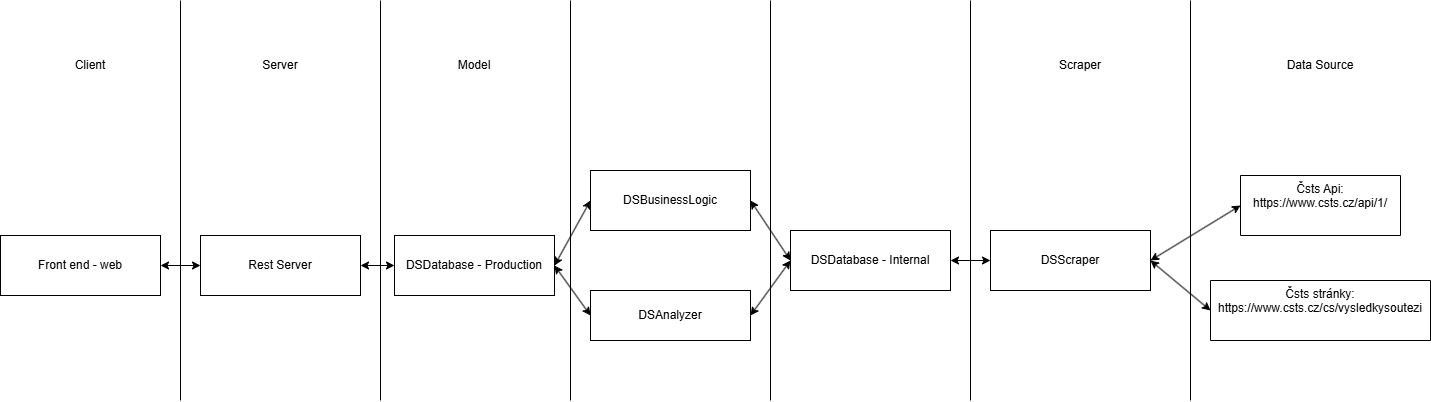
This is Zadání/Architecture/Architecture Diagram Layers.drawio.png from vhellmich/DSAnalyzer, a draw.io export, as it was before one commit. Source tidied: cells renumbered, new cells last; positions are measured from the earlier drawing's top-left corner, leaving out a move shared by most shapes.
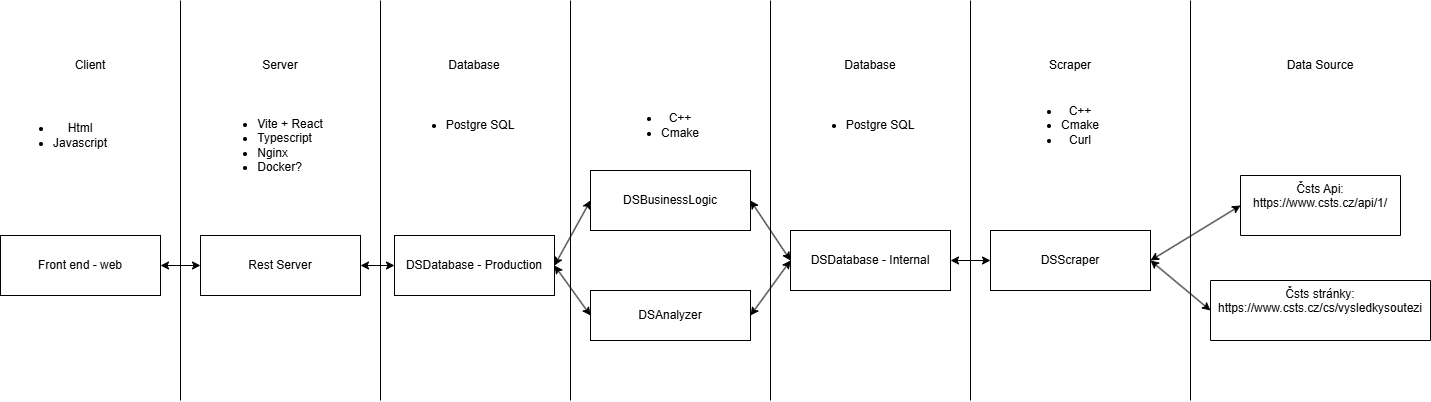
The same diagram one commit later.

Commit message:
Used technologies and fact tables diagram

Diff of the diagram source:
```diff
@@ -53,9 +53,6 @@
     <mxCell id="15" value="Server" style="text;html=1;align=center;verticalAlign=middle;whiteSpace=wrap;rounded=0;" parent="1" vertex="1">
       <mxGeometry x="250" y="50" width="60" height="30" as="geometry" />
     </mxCell>
-    <mxCell id="16" value="Model" style="text;html=1;align=center;verticalAlign=middle;whiteSpace=wrap;rounded=0;" parent="1" vertex="1">
-      <mxGeometry x="444" y="50" width="60" height="30" as="geometry" />
-    </mxCell>
     <mxCell id="17" style="endArrow=none;html=1;rounded=0;" parent="1" edge="1">
       <mxGeometry relative="1" as="geometry">
         <mxPoint x="970" y="400" as="sourcePoint" />
@@ -69,7 +66,7 @@
       </mxGeometry>
     </mxCell>
     <mxCell id="19" value="Scraper" style="text;html=1;align=center;verticalAlign=middle;whiteSpace=wrap;rounded=0;" parent="1" vertex="1">
-      <mxGeometry x="1050" y="50" width="60" height="30" as="geometry" />
+      <mxGeometry x="1040" y="50" width="60" height="30" as="geometry" />
     </mxCell>
     <mxCell id="20" value="Data Source" style="text;html=1;align=center;verticalAlign=middle;whiteSpace=wrap;rounded=0;" parent="1" vertex="1">
       <mxGeometry x="1280" y="50" width="80" height="30" as="geometry" />
@@ -110,5 +107,29 @@
     <mxCell id="31" style="endArrow=classic;startArrow=classic;html=1;rounded=0;exitX=1;exitY=0.5;exitDx=0;exitDy=0;entryX=0;entryY=0.5;entryDx=0;entryDy=0;" parent="1" edge="1" source="11" target="28">
       <mxGeometry relative="1" as="geometry" />
     </mxCell>
+    <mxCell id="32" value="&lt;ul&gt;&lt;li&gt;&lt;span style=&quot;text-align: left; background-color: transparent; color: light-dark(rgb(0, 0, 0), rgb(255, 255, 255));&quot;&gt;Html&lt;/span&gt;&lt;/li&gt;&lt;li style=&quot;text-align: left;&quot;&gt;Javascript&lt;/li&gt;&lt;/ul&gt;" style="text;html=1;align=center;verticalAlign=middle;whiteSpace=wrap;rounded=0;" parent="1" vertex="1">
+      <mxGeometry y="120" width="120" height="30" as="geometry" />
+    </mxCell>
+    <mxCell id="33" value="&lt;ul&gt;&lt;li&gt;Vite + React&lt;/li&gt;&lt;li style=&quot;text-align: left;&quot;&gt;Typescript&lt;/li&gt;&lt;li style=&quot;text-align: left;&quot;&gt;Nginx&lt;/li&gt;&lt;li style=&quot;text-align: left;&quot;&gt;Docker?&lt;/li&gt;&lt;/ul&gt;" style="text;html=1;align=center;verticalAlign=middle;whiteSpace=wrap;rounded=0;" parent="1" vertex="1">
+      <mxGeometry x="210" y="130" width="120" height="30" as="geometry" />
+    </mxCell>
+    <mxCell id="34" value="&lt;ul&gt;&lt;li&gt;Postgre SQL&lt;/li&gt;&lt;/ul&gt;" style="text;html=1;align=center;verticalAlign=middle;whiteSpace=wrap;rounded=0;" parent="1" vertex="1">
+      <mxGeometry x="400" y="110" width="120" height="30" as="geometry" />
+    </mxCell>
+    <mxCell id="35" value="&lt;ul&gt;&lt;li&gt;C++&lt;/li&gt;&lt;li&gt;Cmake&lt;/li&gt;&lt;/ul&gt;" style="text;html=1;align=center;verticalAlign=middle;whiteSpace=wrap;rounded=0;" parent="1" vertex="1">
+      <mxGeometry x="600" y="110" width="120" height="30" as="geometry" />
+    </mxCell>
+    <mxCell id="36" value="&lt;ul&gt;&lt;li&gt;Postgre SQL&lt;/li&gt;&lt;/ul&gt;" style="text;html=1;align=center;verticalAlign=middle;whiteSpace=wrap;rounded=0;" parent="1" vertex="1">
+      <mxGeometry x="800" y="110" width="120" height="30" as="geometry" />
+    </mxCell>
+    <mxCell id="37" value="Database" style="text;html=1;align=center;verticalAlign=middle;whiteSpace=wrap;rounded=0;" parent="1" vertex="1">
+      <mxGeometry x="444" y="50" width="60" height="30" as="geometry" />
+    </mxCell>
+    <mxCell id="38" value="Database" style="text;html=1;align=center;verticalAlign=middle;whiteSpace=wrap;rounded=0;" parent="1" vertex="1">
+      <mxGeometry x="840" y="50" width="60" height="30" as="geometry" />
+    </mxCell>
+    <mxCell id="39" value="&lt;ul&gt;&lt;li&gt;C++&lt;/li&gt;&lt;li&gt;Cmake&lt;/li&gt;&lt;li&gt;Curl&lt;/li&gt;&lt;/ul&gt;" style="text;html=1;align=center;verticalAlign=middle;whiteSpace=wrap;rounded=0;" parent="1" vertex="1">
+      <mxGeometry x="1000" y="110" width="120" height="30" as="geometry" />
+    </mxCell>
   </root>
 </mxGraphModel>
```
